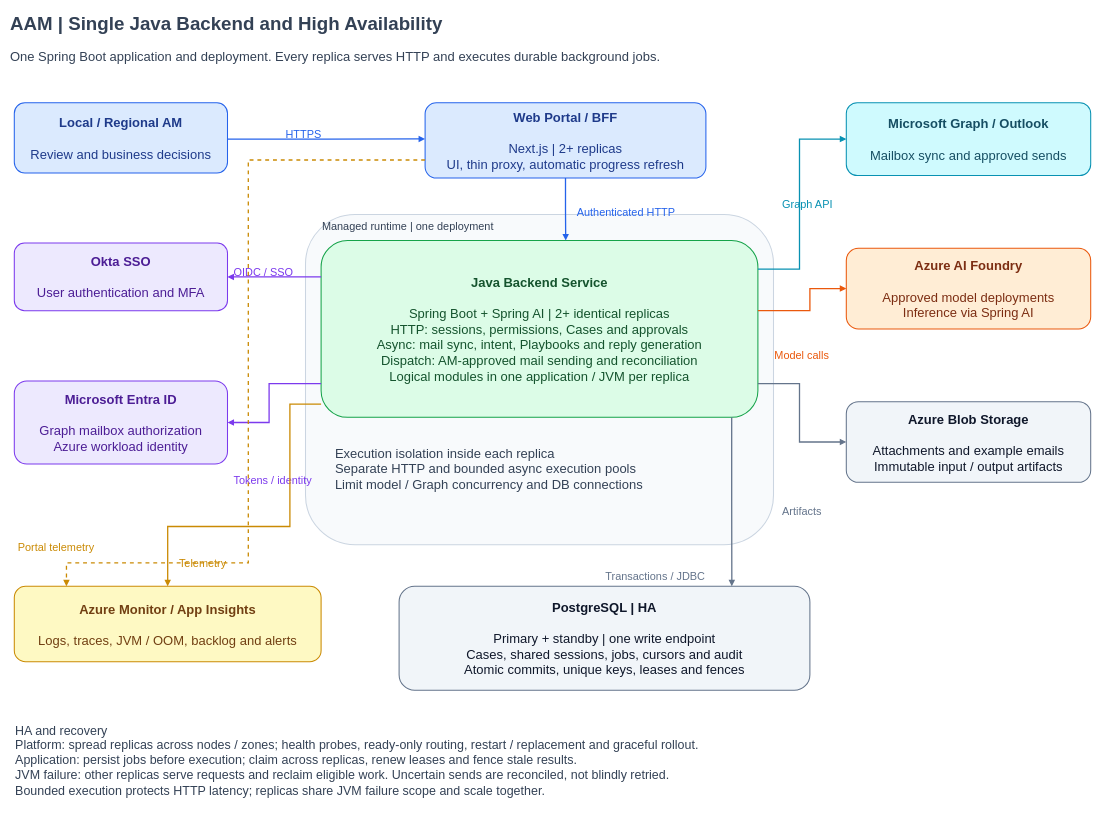
The draw.io diagram docs/architecture/diagrams/aam-java-services-ha-architecture.drawio in realAaronWu/aam, before the edit. Source tidied: cells renumbered, new cells numbered last; positions are measured from the earlier drawing's top-left corner, leaving out a move shared by most shapes. Both pictures are drawn from the tidied source at 52%, with x=0, y=0 at pixel (9, 9).
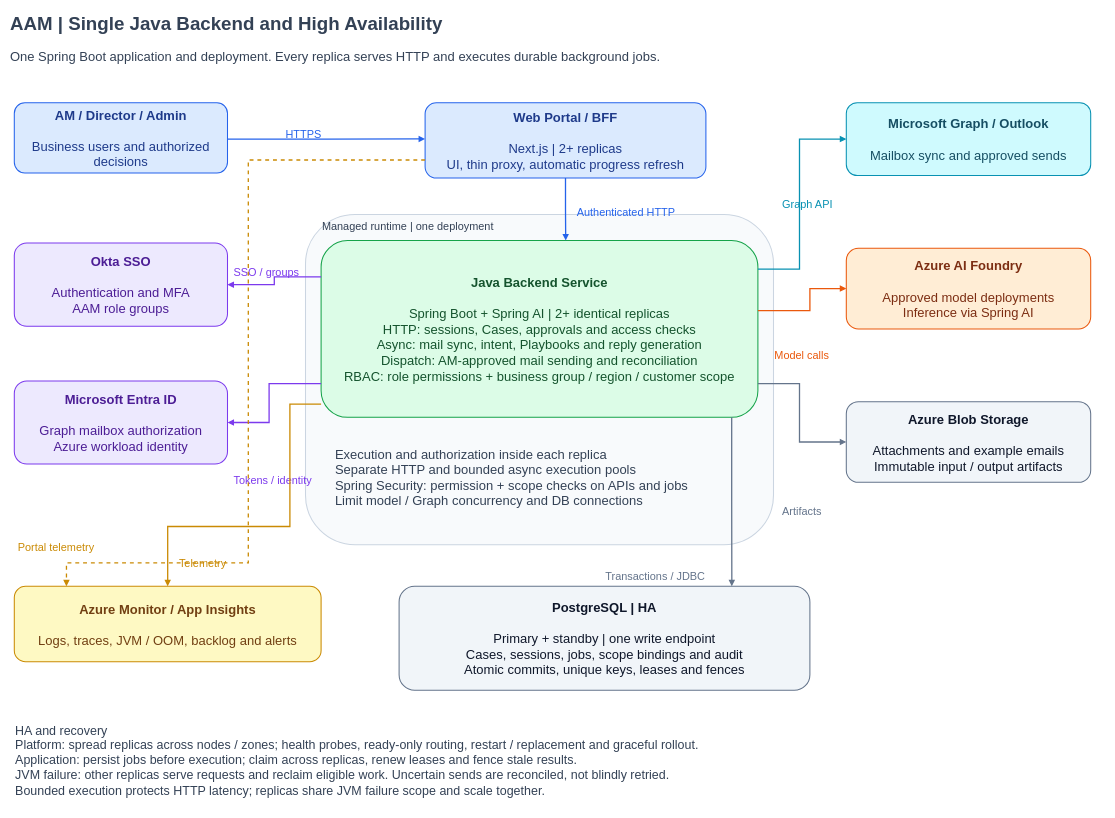
After the change.

Commit message (it also covers changes not shown here):
docs: add fixed RBAC roles and scoped authorization to MVP design

What changed in the source:
```diff
@@
-    <mxCell id="5" value="&lt;b&gt;Local / Regional AM&lt;/b&gt;&lt;br&gt;&lt;br&gt;Review and business decisions" style="rounded=1;html=1;whiteSpace=wrap;fillColor=#DBEAFE;strokeColor=#2563EB;fontColor=#1E3A8A;strokeWidth=2;fontFamily=Arial;fontSize=25;spacing=18;align=center;verticalAlign=middle;" parent="1" vertex="1">
+    <mxCell id="5" value="&lt;b&gt;AM / Director / Admin&lt;/b&gt;&lt;br&gt;&lt;br&gt;Business users and authorized decisions" style="rounded=1;html=1;whiteSpace=wrap;fillColor=#DBEAFE;strokeColor=#2563EB;fontColor=#1E3A8A;strokeWidth=2;fontFamily=Arial;fontSize=25;spacing=18;align=center;verticalAlign=middle;" parent="1" vertex="1">
       <mxGeometry x="10" y="180" width="410" height="135" as="geometry" />
     </mxCell>
@@
-    <mxCell id="7" value="&lt;b&gt;Okta SSO&lt;/b&gt;&lt;br&gt;&lt;br&gt;User authentication and MFA" style="rounded=1;html=1;whiteSpace=wrap;fillColor=#EDE9FE;strokeColor=#7C3AED;fontColor=#4C1D95;strokeWidth=2;fontFamily=Arial;fontSize=25;spacing=18;align=center;verticalAlign=middle;" parent="1" vertex="1">
-      <mxGeometry x="10" y="450" width="410" height="130" as="geometry" />
+    <mxCell id="7" value="&lt;b&gt;Okta SSO&lt;/b&gt;&lt;br&gt;&lt;br&gt;Authentication and MFA&lt;br&gt;AAM role groups" style="rounded=1;html=1;whiteSpace=wrap;fillColor=#EDE9FE;strokeColor=#7C3AED;fontColor=#4C1D95;strokeWidth=2;fontFamily=Arial;fontSize=25;spacing=18;align=center;verticalAlign=middle;" parent="1" vertex="1">
+      <mxGeometry x="10" y="450" width="410" height="160" as="geometry" />
     </mxCell>
@@
-    <mxCell id="9" value="&lt;b&gt;Java Backend Service&lt;/b&gt;&lt;br&gt;&lt;br&gt;Spring Boot + Spring AI | 2+ identical replicas&lt;br&gt;HTTP: sessions, permissions, Cases and approvals&lt;br&gt;Async: mail sync, intent, Playbooks and reply generation&lt;br&gt;Dispatch: AM-approved mail sending and reconciliation&lt;br&gt;Logical modules in one application / JVM per replica" style="rounded=1;html=1;whiteSpace=wrap;fillColor=#DCFCE7;strokeColor=#16A34A;fontColor=#14532D;strokeWidth=2;fontFamily=Arial;fontSize=25;spacing=18;align=center;verticalAlign=middle;" parent="1" vertex="1">
+    <mxCell id="9" value="&lt;b&gt;Java Backend Service&lt;/b&gt;&lt;br&gt;&lt;br&gt;Spring Boot + Spring AI | 2+ identical replicas&lt;br&gt;HTTP: sessions, Cases, approvals and access checks&lt;br&gt;Async: mail sync, intent, Playbooks and reply generation&lt;br&gt;Dispatch: AM-approved mail sending and reconciliation&lt;br&gt;RBAC: role permissions + business group / region / customer scope" style="rounded=1;html=1;whiteSpace=wrap;fillColor=#DCFCE7;strokeColor=#16A34A;fontColor=#14532D;strokeWidth=2;fontFamily=Arial;fontSize=25;spacing=18;align=center;verticalAlign=middle;" parent="1" vertex="1">
       <mxGeometry x="600" y="445" width="840" height="340" as="geometry" />
     </mxCell>
-    <mxCell id="10" value="Execution isolation inside each replica&lt;br&gt;Separate HTTP and bounded async execution pools&lt;br&gt;Limit model / Graph concurrency and DB connections" style="text;html=1;whiteSpace=wrap;align=left;verticalAlign=middle;fontFamily=Arial;fontSize=25;fontColor=#334155;fontStyle=0;" parent="1" vertex="1">
-      <mxGeometry x="625" y="815" width="800" height="135" as="geometry" />
+    <mxCell id="10" value="Execution and authorization inside each replica&lt;br&gt;Separate HTTP and bounded async execution pools&lt;br&gt;Spring Security: permission + scope checks on APIs and jobs&lt;br&gt;Limit model / Graph concurrency and DB connections" style="text;html=1;whiteSpace=wrap;align=left;verticalAlign=middle;fontFamily=Arial;fontSize=25;fontColor=#334155;fontStyle=0;" parent="1" vertex="1">
+      <mxGeometry x="625" y="815" width="800" height="170" as="geometry" />
     </mxCell>
@@
-    <mxCell id="14" value="&lt;b&gt;PostgreSQL | HA&lt;/b&gt;&lt;br&gt;&lt;br&gt;Primary + standby | one write endpoint&lt;br&gt;Cases, shared sessions, jobs, cursors and audit&lt;br&gt;Atomic commits, unique keys, leases and fences" style="rounded=1;html=1;whiteSpace=wrap;fillColor=#F1F5F9;strokeColor=#64748B;fontColor=#0F172A;strokeWidth=2;fontFamily=Arial;fontSize=25;spacing=18;align=center;verticalAlign=middle;" parent="1" vertex="1">
+    <mxCell id="14" value="&lt;b&gt;PostgreSQL | HA&lt;/b&gt;&lt;br&gt;&lt;br&gt;Primary + standby | one write endpoint&lt;br&gt;Cases, sessions, jobs, scope bindings and audit&lt;br&gt;Atomic commits, unique keys, leases and fences" style="rounded=1;html=1;whiteSpace=wrap;fillColor=#F1F5F9;strokeColor=#64748B;fontColor=#0F172A;strokeWidth=2;fontFamily=Arial;fontSize=25;spacing=18;align=center;verticalAlign=middle;" parent="1" vertex="1">
       <mxGeometry x="750" y="1110" width="790" height="200" as="geometry" />
     </mxCell>
@@
-    <mxCell id="21" value="OIDC / SSO" style="text;html=1;whiteSpace=wrap;align=left;verticalAlign=middle;fontFamily=Arial;fontSize=21;fontColor=#7C3AED;fontStyle=0;" parent="1" vertex="1">
+    <mxCell id="21" value="SSO / groups" style="text;html=1;whiteSpace=wrap;align=left;verticalAlign=middle;fontFamily=Arial;fontSize=21;fontColor=#7C3AED;fontStyle=0;" parent="1" vertex="1">
       <mxGeometry x="430" y="460" width="500" height="90" as="geometry" />
     </mxCell>
```
